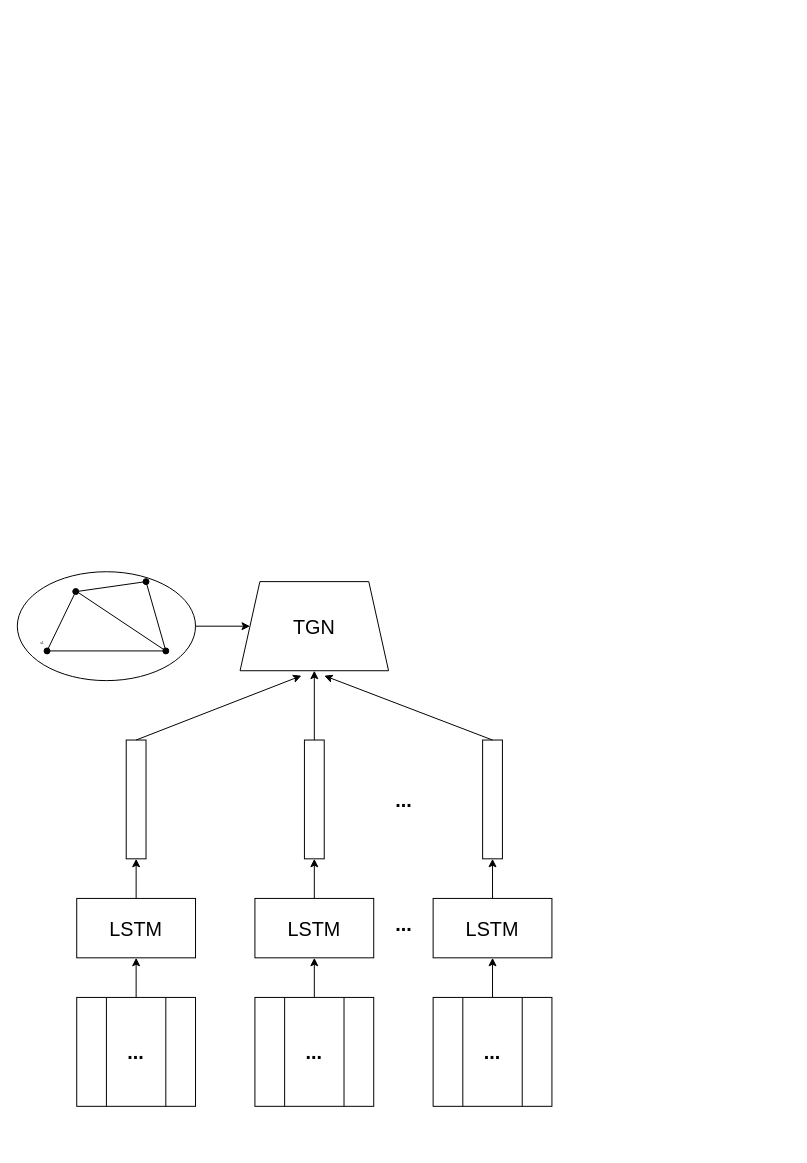
Above: Untitled Diagram.drawio in josephcui/josephcui (draw.io), before the change. Source tidied: cells renumbered, new cells numbered last; positions are measured from the earlier drawing's top-left corner, leaving out a move shared by most shapes. Both pictures are drawn from the tidied source at 99%, with x=0, y=0 at pixel (17, 571).
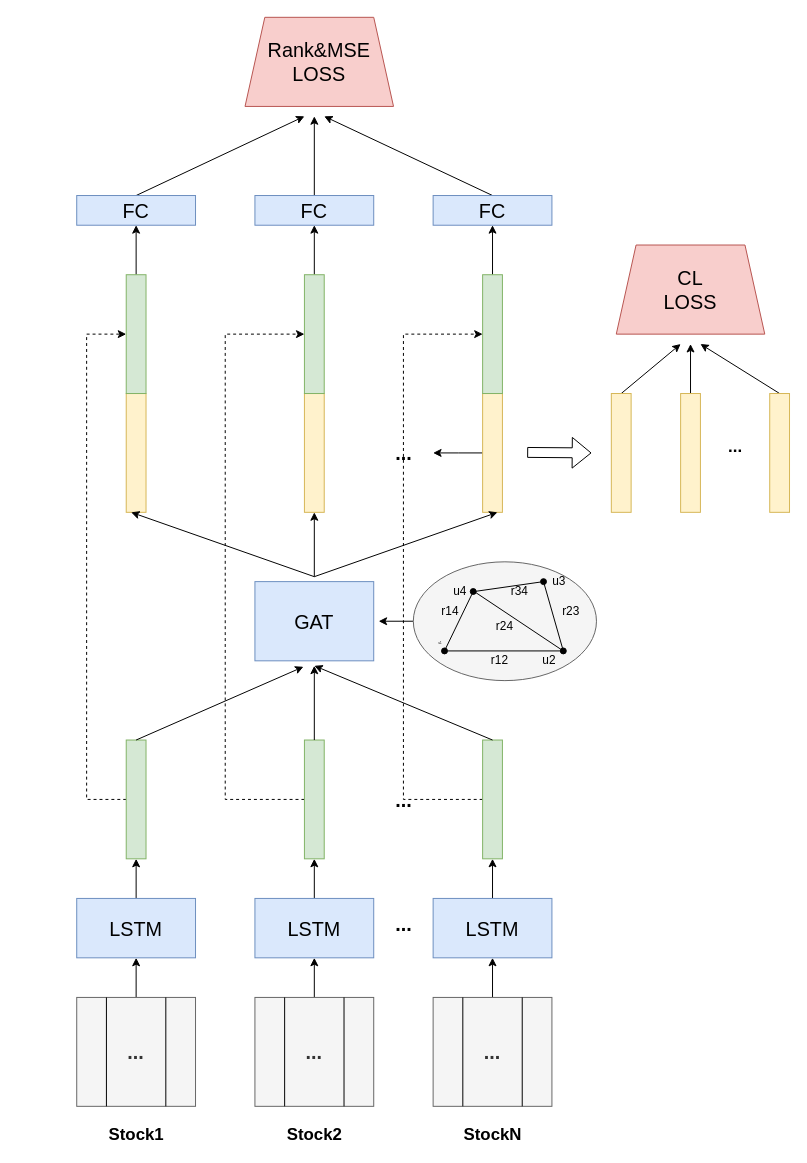
Above is the later version.

Change to the diagram source:
```diff
@@
-    <mxCell id="3" value="..." style="rounded=0;whiteSpace=wrap;html=1;fontSize=20;gradientColor=none;align=center;verticalAlign=middle;fontStyle=1;" parent="1" vertex="1">
+    <mxCell id="3" value="..." style="rounded=0;whiteSpace=wrap;html=1;fontSize=20;align=center;verticalAlign=middle;fontStyle=1;fillColor=#f5f5f5;fontColor=#333333;strokeColor=#666666;" parent="1" vertex="1">
       <mxGeometry x="60" y="430" width="120" height="110" as="geometry" />
     </mxCell>
@@
-    <mxCell id="5" value="LSTM" style="rounded=0;whiteSpace=wrap;html=1;fontSize=20;gradientColor=none;" parent="1" vertex="1">
+    <mxCell id="5" value="LSTM" style="rounded=0;whiteSpace=wrap;html=1;fontSize=20;fillColor=#dae8fc;strokeColor=#6c8ebf;" parent="1" vertex="1">
       <mxGeometry x="60" y="330" width="120" height="60" as="geometry" />
     </mxCell>
@@
+    <mxCell id="37" style="edgeStyle=orthogonalEdgeStyle;rounded=0;jettySize=auto;html=1;exitX=0.5;exitY=1;exitDx=0;exitDy=0;entryX=0.5;entryY=1;entryDx=0;entryDy=0;fontSize=17;dashed=1;" parent="1" edge="1" source="8" target="64">
+      <mxGeometry relative="1" as="geometry">
+        <Array as="points">
+          <mxPoint x="70" y="230" />
+          <mxPoint x="70" y="-240" />
+        </Array>
+      </mxGeometry>
+    </mxCell>
-    <mxCell id="8" style="whiteSpace=wrap;html=1;rounded=0;fontSize=20;direction=south;" parent="1" vertex="1">
+    <mxCell id="8" style="whiteSpace=wrap;html=1;rounded=0;fontSize=20;direction=south;fillColor=#d5e8d4;strokeColor=#82b366;" parent="1" vertex="1">
       <mxGeometry x="110" y="170" width="20" height="120" as="geometry" />
     </mxCell>
@@
-    <mxCell id="10" value="..." style="rounded=0;whiteSpace=wrap;html=1;fontSize=20;gradientColor=none;align=center;verticalAlign=middle;fontStyle=1;" parent="1" vertex="1">
+    <mxCell id="10" value="..." style="rounded=0;whiteSpace=wrap;html=1;fontSize=20;align=center;verticalAlign=middle;fontStyle=1;fillColor=#f5f5f5;fontColor=#333333;strokeColor=#666666;" parent="1" vertex="1">
       <mxGeometry x="240" y="430" width="120" height="110" as="geometry" />
     </mxCell>
@@
-    <mxCell id="12" value="LSTM" style="rounded=0;whiteSpace=wrap;html=1;fontSize=20;gradientColor=none;" parent="1" vertex="1">
+    <mxCell id="12" value="LSTM" style="rounded=0;whiteSpace=wrap;html=1;fontSize=20;fillColor=#dae8fc;strokeColor=#6c8ebf;" parent="1" vertex="1">
       <mxGeometry x="240" y="330" width="120" height="60" as="geometry" />
     </mxCell>
@@
+    <mxCell id="38" style="edgeStyle=orthogonalEdgeStyle;rounded=0;jettySize=auto;html=1;exitX=0.5;exitY=1;exitDx=0;exitDy=0;entryX=0.5;entryY=1;entryDx=0;entryDy=0;dashed=1;fontSize=17;" parent="1" edge="1" source="15" target="66">
+      <mxGeometry relative="1" as="geometry">
+        <Array as="points">
+          <mxPoint x="210" y="230" />
+          <mxPoint x="210" y="-240" />
+        </Array>
+      </mxGeometry>
+    </mxCell>
-    <mxCell id="15" style="whiteSpace=wrap;html=1;rounded=0;fontSize=20;direction=south;" parent="1" vertex="1">
+    <mxCell id="15" style="whiteSpace=wrap;html=1;rounded=0;fontSize=20;direction=south;fillColor=#d5e8d4;strokeColor=#82b366;" parent="1" vertex="1">
       <mxGeometry x="290" y="170" width="20" height="120" as="geometry" />
     </mxCell>
@@
-    <mxCell id="17" value="..." style="rounded=0;whiteSpace=wrap;html=1;fontSize=20;gradientColor=none;align=center;verticalAlign=middle;fontStyle=1;" parent="1" vertex="1">
+    <mxCell id="17" value="..." style="rounded=0;whiteSpace=wrap;html=1;fontSize=20;align=center;verticalAlign=middle;fontStyle=1;fillColor=#f5f5f5;fontColor=#333333;strokeColor=#666666;" parent="1" vertex="1">
       <mxGeometry x="420" y="430" width="120" height="110" as="geometry" />
     </mxCell>
@@
-    <mxCell id="19" value="LSTM" style="rounded=0;whiteSpace=wrap;html=1;fontSize=20;gradientColor=none;" parent="1" vertex="1">
+    <mxCell id="19" value="LSTM" style="rounded=0;whiteSpace=wrap;html=1;fontSize=20;fillColor=#dae8fc;strokeColor=#6c8ebf;" parent="1" vertex="1">
       <mxGeometry x="420" y="330" width="120" height="60" as="geometry" />
     </mxCell>
@@
+    <mxCell id="39" style="edgeStyle=orthogonalEdgeStyle;rounded=0;jettySize=auto;html=1;exitX=0.5;exitY=1;exitDx=0;exitDy=0;dashed=1;fontSize=17;entryX=0.5;entryY=1;entryDx=0;entryDy=0;" parent="1" edge="1" source="22" target="68">
+      <mxGeometry relative="1" as="geometry">
+        <Array as="points">
+          <mxPoint x="390" y="230" />
+          <mxPoint x="390" y="-240" />
+        </Array>
+      </mxGeometry>
+    </mxCell>
-    <mxCell id="22" style="whiteSpace=wrap;html=1;rounded=0;fontSize=20;direction=south;" parent="1" vertex="1">
+    <mxCell id="22" style="whiteSpace=wrap;html=1;rounded=0;fontSize=20;direction=south;fillColor=#d5e8d4;strokeColor=#82b366;" parent="1" vertex="1">
       <mxGeometry x="470" y="170" width="20" height="120" as="geometry" />
     </mxCell>
@@
-    <mxCell id="25" style="edgeStyle=none;rounded=0;jettySize=auto;html=1;fontSize=20;endArrow=classic;endFill=1;strokeColor=default;" parent="1" edge="1" source="30" target="26">
-      <mxGeometry relative="1" as="geometry" />
+    <mxCell id="25" style="edgeStyle=none;rounded=0;jettySize=auto;html=1;fontSize=20;endArrow=classic;endFill=1;strokeColor=default;" parent="1" edge="1" source="30">
+      <mxGeometry relative="1" as="geometry">
+        <mxPoint x="365" y="50" as="targetPoint" />
+      </mxGeometry>
     </mxCell>
-    <mxCell id="26" value="TGN" style="shape=trapezoid;perimeter=trapezoidPerimeter;whiteSpace=wrap;html=1;fixedSize=1;fontSize=20;gradientColor=none;" parent="1" vertex="1">
-      <mxGeometry x="225" y="10" width="150" height="90" as="geometry" />
-    </mxCell>
-    <mxCell id="27" style="endArrow=classic;html=1;rounded=0;fontSize=20;strokeColor=default;exitX=0;exitY=0.5;exitDx=0;exitDy=0;entryX=0.413;entryY=1.056;entryDx=0;entryDy=0;entryPerimeter=0;" parent="1" edge="1" source="8" target="26">
-      <mxGeometry relative="1" as="geometry" />
+    <mxCell id="27" style="endArrow=classic;html=1;rounded=0;fontSize=20;strokeColor=default;exitX=0;exitY=0.5;exitDx=0;exitDy=0;entryX=0.427;entryY=1.011;entryDx=0;entryDy=0;entryPerimeter=0;" parent="1" edge="1" source="8">
+      <mxGeometry relative="1" as="geometry">
+        <mxPoint x="289" y="96" as="targetPoint" />
+      </mxGeometry>
     </mxCell>
-    <mxCell id="28" style="endArrow=classic;html=1;rounded=0;fontSize=20;strokeColor=default;exitX=0;exitY=0.5;exitDx=0;exitDy=0;entryX=0.5;entryY=1;entryDx=0;entryDy=0;" parent="1" edge="1" source="15" target="26">
-      <mxGeometry relative="1" as="geometry" />
+    <mxCell id="28" style="endArrow=classic;html=1;rounded=0;fontSize=20;strokeColor=default;exitX=0;exitY=0.5;exitDx=0;exitDy=0;entryX=0.5;entryY=1;entryDx=0;entryDy=0;" parent="1" edge="1" source="15">
+      <mxGeometry relative="1" as="geometry">
+        <mxPoint x="300" y="95" as="targetPoint" />
+      </mxGeometry>
     </mxCell>
-    <mxCell id="29" style="endArrow=classic;html=1;rounded=0;fontSize=20;strokeColor=default;exitX=0;exitY=0.5;exitDx=0;exitDy=0;entryX=0.567;entryY=1.056;entryDx=0;entryDy=0;entryPerimeter=0;" parent="1" edge="1" source="22" target="26">
-      <mxGeometry relative="1" as="geometry" />
+    <mxCell id="29" style="endArrow=classic;html=1;rounded=0;fontSize=20;strokeColor=default;exitX=0;exitY=0.5;exitDx=0;exitDy=0;entryX=0.5;entryY=1;entryDx=0;entryDy=0;" parent="1" edge="1" source="22">
+      <mxGeometry relative="1" as="geometry">
+        <mxPoint x="300" y="95" as="targetPoint" />
+      </mxGeometry>
     </mxCell>
-    <mxCell id="30" style="ellipse;whiteSpace=wrap;html=1;fontSize=20;" parent="1" vertex="1">
-      <mxGeometry width="180" height="110" as="geometry" />
+    <mxCell id="30" style="ellipse;whiteSpace=wrap;html=1;fontSize=20;fillColor=#f5f5f5;fontColor=#333333;strokeColor=#666666;" parent="1" vertex="1">
+      <mxGeometry x="400" y="-10" width="185" height="120" as="geometry" />
     </mxCell>
     <mxCell id="31" style="endArrow=oval;html=1;rounded=0;fontSize=20;strokeColor=default;endFill=1;" parent="1" edge="1">
       <mxGeometry relative="1" as="geometry">
-        <mxPoint x="30" y="80" as="sourcePoint" />
-        <mxPoint x="59" y="20" as="targetPoint" />
+        <mxPoint x="431.5" y="80" as="sourcePoint" />
+        <mxPoint x="460.5" y="20" as="targetPoint" />
       </mxGeometry>
     </mxCell>
     <mxCell id="32" style="endArrow=oval;html=1;rounded=0;fontSize=20;strokeColor=default;endFill=1;" parent="1" edge="1">
       <mxGeometry relative="1" as="geometry">
-        <mxPoint x="60" y="20" as="sourcePoint" />
-        <mxPoint x="130" y="10" as="targetPoint" />
+        <mxPoint x="461.5" y="20" as="sourcePoint" />
+        <mxPoint x="531.5" y="10" as="targetPoint" />
       </mxGeometry>
     </mxCell>
     <mxCell id="33" style="endArrow=oval;html=1;rounded=0;fontSize=20;strokeColor=default;endFill=1;startArrow=oval;startFill=1;" parent="1" edge="1">
       <mxGeometry relative="1" as="geometry">
-        <mxPoint x="30" y="80" as="sourcePoint" />
-        <mxPoint x="150" y="80" as="targetPoint" />
+        <mxPoint x="431.5" y="80" as="sourcePoint" />
+        <mxPoint x="551.5" y="80" as="targetPoint" />
       </mxGeometry>
     </mxCell>
     <mxCell id="34" style="endArrow=none;html=1;rounded=0;fontSize=20;strokeColor=default;" parent="1" edge="1">
       <mxGeometry relative="1" as="geometry">
-        <mxPoint x="130" y="10" as="sourcePoint" />
-        <mxPoint x="150" y="80" as="targetPoint" />
+        <mxPoint x="531.5" y="10" as="sourcePoint" />
+        <mxPoint x="551.5" y="80" as="targetPoint" />
       </mxGeometry>
     </mxCell>
     <mxCell id="35" style="endArrow=none;html=1;rounded=0;fontSize=20;strokeColor=default;" parent="1" edge="1">
       <mxGeometry relative="1" as="geometry">
-        <mxPoint x="60" y="20" as="sourcePoint" />
-        <mxPoint x="150" y="80" as="targetPoint" />
+        <mxPoint x="461.5" y="20" as="sourcePoint" />
+        <mxPoint x="551.5" y="80" as="targetPoint" />
       </mxGeometry>
     </mxCell>
     <mxCell id="36" value="&lt;font style=&quot;font-size: 3px&quot;&gt;u1&lt;/font&gt;" style="text;html=1;align=center;verticalAlign=middle;strokeColor=none;fillColor=none;fontSize=20;" parent="1" vertex="1">
-      <mxGeometry x="10" y="50" width="30" height="30" as="geometry" />
+      <mxGeometry x="411.5" y="50" width="30" height="30" as="geometry" />
     </mxCell>
+    <mxCell id="40" value="u2" style="text;html=1;align=center;verticalAlign=middle;strokeColor=none;fillColor=none;" parent="1" vertex="1">
+      <mxGeometry x="521.5" y="80" width="30" height="20" as="geometry" />
+    </mxCell>
+    <mxCell id="41" value="u3" style="text;html=1;align=center;verticalAlign=middle;strokeColor=none;fillColor=none;" parent="1" vertex="1">
+      <mxGeometry x="531.5" width="30" height="20" as="geometry" />
+    </mxCell>
+    <mxCell id="42" value="u4" style="text;html=1;align=center;verticalAlign=middle;strokeColor=none;fillColor=none;" parent="1" vertex="1">
+      <mxGeometry x="431.5" y="10" width="30" height="20" as="geometry" />
+    </mxCell>
+    <mxCell id="43" value="r12" style="text;html=1;align=center;verticalAlign=middle;strokeColor=none;fillColor=none;" parent="1" vertex="1">
+      <mxGeometry x="471.5" y="80" width="30" height="20" as="geometry" />
+    </mxCell>
+    <mxCell id="44" value="r23" style="text;html=1;align=center;verticalAlign=middle;strokeColor=none;fillColor=none;" parent="1" vertex="1">
+      <mxGeometry x="543.5" y="30" width="30" height="20" as="geometry" />
+    </mxCell>
+    <mxCell id="45" value="r14" style="text;html=1;align=center;verticalAlign=middle;strokeColor=none;fillColor=none;" parent="1" vertex="1">
+      <mxGeometry x="421.5" y="30" width="30" height="20" as="geometry" />
+    </mxCell>
+    <mxCell id="46" value="r24" style="text;html=1;align=center;verticalAlign=middle;strokeColor=none;fillColor=none;" parent="1" vertex="1">
+      <mxGeometry x="476.5" y="45" width="30" height="20" as="geometry" />
+    </mxCell>
+    <mxCell id="47" value="r34" style="text;html=1;align=center;verticalAlign=middle;strokeColor=none;fillColor=none;" parent="1" vertex="1">
+      <mxGeometry x="491.5" y="10" width="30" height="20" as="geometry" />
+    </mxCell>
+    <mxCell id="48" style="edgeStyle=none;rounded=0;jettySize=auto;html=1;fontSize=17;" parent="1" edge="1" source="49" target="64">
+      <mxGeometry relative="1" as="geometry" />
+    </mxCell>
+    <mxCell id="49" style="whiteSpace=wrap;html=1;rounded=0;fontSize=20;direction=south;fillColor=#fff2cc;strokeColor=#d6b656;" parent="1" vertex="1">
+      <mxGeometry x="110" y="-180" width="20" height="120" as="geometry" />
+    </mxCell>
+    <mxCell id="50" style="edgeStyle=none;rounded=0;jettySize=auto;html=1;fontSize=17;exitX=0;exitY=0.5;exitDx=0;exitDy=0;entryX=1;entryY=0.5;entryDx=0;entryDy=0;" parent="1" edge="1" source="51" target="66">
+      <mxGeometry relative="1" as="geometry" />
+    </mxCell>
+    <mxCell id="51" style="whiteSpace=wrap;html=1;rounded=0;fontSize=20;direction=south;fillColor=#fff2cc;strokeColor=#d6b656;" parent="1" vertex="1">
+      <mxGeometry x="290" y="-180" width="20" height="120" as="geometry" />
+    </mxCell>
+    <mxCell id="52" style="edgeStyle=none;rounded=0;jettySize=auto;html=1;fontSize=17;exitX=0;exitY=0.5;exitDx=0;exitDy=0;entryX=1;entryY=0.5;entryDx=0;entryDy=0;" parent="1" edge="1" source="54" target="68">
+      <mxGeometry relative="1" as="geometry" />
+    </mxCell>
+    <mxCell id="53" style="edgeStyle=orthogonalEdgeStyle;rounded=0;jettySize=auto;html=1;fontSize=17;" parent="1" edge="1" source="54">
+      <mxGeometry relative="1" as="geometry">
+        <mxPoint x="420" y="-120" as="targetPoint" />
+      </mxGeometry>
+    </mxCell>
+    <mxCell id="54" style="whiteSpace=wrap;html=1;rounded=0;fontSize=20;direction=south;fillColor=#fff2cc;strokeColor=#d6b656;" parent="1" vertex="1">
+      <mxGeometry x="470" y="-180" width="20" height="120" as="geometry" />
+    </mxCell>
+    <mxCell id="55" value="&lt;b&gt;...&lt;/b&gt;" style="text;html=1;align=center;verticalAlign=middle;strokeColor=none;fillColor=none;fontSize=20;" parent="1" vertex="1">
+      <mxGeometry x="375" y="-135" width="30" height="30" as="geometry" />
+    </mxCell>
+    <mxCell id="56" style="endArrow=classic;html=1;rounded=0;entryX=1;entryY=0.75;entryDx=0;entryDy=0;exitX=0.5;exitY=0;exitDx=0;exitDy=0;" parent="1" edge="1" target="49">
+      <mxGeometry relative="1" as="geometry">
+        <mxPoint x="300" y="5" as="sourcePoint" />
+      </mxGeometry>
+    </mxCell>
+    <mxCell id="57" style="endArrow=classic;html=1;rounded=0;entryX=1;entryY=0.5;entryDx=0;entryDy=0;exitX=0.5;exitY=0;exitDx=0;exitDy=0;" parent="1" edge="1" target="51">
+      <mxGeometry relative="1" as="geometry">
+        <mxPoint x="300" y="5" as="sourcePoint" />
+      </mxGeometry>
+    </mxCell>
+    <mxCell id="58" style="endArrow=classic;html=1;rounded=0;entryX=1;entryY=0.25;entryDx=0;entryDy=0;exitX=0.5;exitY=0;exitDx=0;exitDy=0;" parent="1" edge="1" target="54">
+      <mxGeometry relative="1" as="geometry">
+        <mxPoint x="300" y="5" as="sourcePoint" />
+      </mxGeometry>
+    </mxCell>
+    <mxCell id="59" value="&lt;b&gt;&lt;font style=&quot;font-size: 17px&quot;&gt;Stock1&lt;/font&gt;&lt;/b&gt;" style="text;html=1;align=center;verticalAlign=middle;strokeColor=none;fillColor=none;" parent="1" vertex="1">
+      <mxGeometry x="85" y="560" width="70" height="20" as="geometry" />
+    </mxCell>
+    <mxCell id="60" value="&lt;b&gt;&lt;font style=&quot;font-size: 17px&quot;&gt;Stock2&lt;/font&gt;&lt;/b&gt;" style="text;html=1;align=center;verticalAlign=middle;strokeColor=none;fillColor=none;" parent="1" vertex="1">
+      <mxGeometry x="265" y="560" width="70" height="20" as="geometry" />
+    </mxCell>
+    <mxCell id="61" value="&lt;b&gt;&lt;font style=&quot;font-size: 17px&quot;&gt;StockN&lt;/font&gt;&lt;/b&gt;" style="text;html=1;align=center;verticalAlign=middle;strokeColor=none;fillColor=none;" parent="1" vertex="1">
+      <mxGeometry x="445" y="560" width="70" height="20" as="geometry" />
+    </mxCell>
+    <mxCell id="62" value="CL&lt;br&gt;LOSS" style="shape=trapezoid;perimeter=trapezoidPerimeter;whiteSpace=wrap;html=1;fixedSize=1;fontSize=20;fillColor=#f8cecc;strokeColor=#b85450;" parent="1" vertex="1">
+      <mxGeometry x="605" y="-330" width="150" height="90" as="geometry" />
+    </mxCell>
+    <mxCell id="63" style="edgeStyle=orthogonalEdgeStyle;rounded=0;jettySize=auto;html=1;fontSize=17;" parent="1" edge="1" source="64" target="70">
+      <mxGeometry relative="1" as="geometry" />
+    </mxCell>
+    <mxCell id="64" style="whiteSpace=wrap;html=1;rounded=0;fontSize=20;direction=south;fillColor=#d5e8d4;strokeColor=#82b366;" parent="1" vertex="1">
+      <mxGeometry x="110" y="-300" width="20" height="120" as="geometry" />
+    </mxCell>
+    <mxCell id="65" style="edgeStyle=orthogonalEdgeStyle;rounded=0;jettySize=auto;html=1;fontSize=17;" parent="1" edge="1" source="66" target="72">
+      <mxGeometry relative="1" as="geometry" />
+    </mxCell>
+    <mxCell id="66" style="whiteSpace=wrap;html=1;rounded=0;fontSize=20;direction=south;fillColor=#d5e8d4;strokeColor=#82b366;" parent="1" vertex="1">
+      <mxGeometry x="290" y="-300" width="20" height="120" as="geometry" />
+    </mxCell>
+    <mxCell id="67" style="edgeStyle=orthogonalEdgeStyle;rounded=0;jettySize=auto;html=1;fontSize=17;" parent="1" edge="1" source="68" target="74">
+      <mxGeometry relative="1" as="geometry" />
+    </mxCell>
+    <mxCell id="68" style="whiteSpace=wrap;html=1;rounded=0;fontSize=20;direction=south;fillColor=#d5e8d4;strokeColor=#82b366;" parent="1" vertex="1">
+      <mxGeometry x="470" y="-300" width="20" height="120" as="geometry" />
+    </mxCell>
+    <mxCell id="69" style="edgeStyle=none;rounded=0;jettySize=auto;html=1;exitX=0.5;exitY=0;exitDx=0;exitDy=0;fontSize=17;" parent="1" edge="1" source="70">
+      <mxGeometry relative="1" as="geometry">
+        <mxPoint x="290" y="-460" as="targetPoint" />
+      </mxGeometry>
+    </mxCell>
+    <mxCell id="70" value="FC" style="whiteSpace=wrap;html=1;rounded=0;fontSize=20;strokeColor=#6c8ebf;fillColor=#dae8fc;" parent="1" vertex="1">
+      <mxGeometry x="60" y="-380" width="120" height="30" as="geometry" />
+    </mxCell>
+    <mxCell id="71" style="edgeStyle=none;rounded=0;jettySize=auto;html=1;exitX=0.5;exitY=0;exitDx=0;exitDy=0;fontSize=17;" parent="1" edge="1" source="72">
+      <mxGeometry relative="1" as="geometry">
+        <mxPoint x="300" y="-460" as="targetPoint" />
+      </mxGeometry>
+    </mxCell>
+    <mxCell id="72" value="FC" style="whiteSpace=wrap;html=1;rounded=0;fontSize=20;strokeColor=#6c8ebf;fillColor=#dae8fc;" parent="1" vertex="1">
+      <mxGeometry x="240" y="-380" width="120" height="30" as="geometry" />
+    </mxCell>
+    <mxCell id="73" style="edgeStyle=none;rounded=0;jettySize=auto;html=1;exitX=0.5;exitY=0;exitDx=0;exitDy=0;fontSize=17;" parent="1" edge="1" source="74">
+      <mxGeometry relative="1" as="geometry">
+        <mxPoint x="310" y="-460" as="targetPoint" />
+      </mxGeometry>
+    </mxCell>
+    <mxCell id="74" value="FC" style="whiteSpace=wrap;html=1;rounded=0;fontSize=20;strokeColor=#6c8ebf;fillColor=#dae8fc;" parent="1" vertex="1">
+      <mxGeometry x="420" y="-380" width="120" height="30" as="geometry" />
+    </mxCell>
+    <mxCell id="75" style="shape=flexArrow;endArrow=classic;html=1;rounded=0;fontSize=17;" parent="1" edge="1">
+      <mxGeometry relative="1" as="geometry">
+        <mxPoint x="515" y="-120.5" as="sourcePoint" />
+        <mxPoint x="580" y="-120" as="targetPoint" />
+      </mxGeometry>
+    </mxCell>
+    <mxCell id="76" style="rounded=0;jettySize=auto;html=1;exitX=0;exitY=0.5;exitDx=0;exitDy=0;fontSize=17;" parent="1" edge="1" source="77">
+      <mxGeometry relative="1" as="geometry">
+        <mxPoint x="670" y="-230" as="targetPoint" />
+      </mxGeometry>
+    </mxCell>
+    <mxCell id="77" style="whiteSpace=wrap;html=1;rounded=0;fontSize=20;direction=south;fillColor=#fff2cc;strokeColor=#d6b656;" parent="1" vertex="1">
+      <mxGeometry x="600" y="-180" width="20" height="120" as="geometry" />
+    </mxCell>
+    <mxCell id="78" style="edgeStyle=none;rounded=0;jettySize=auto;html=1;exitX=0;exitY=0.5;exitDx=0;exitDy=0;fontSize=17;" parent="1" edge="1" source="79">
+      <mxGeometry relative="1" as="geometry">
+        <mxPoint x="680" y="-230" as="targetPoint" />
+      </mxGeometry>
+    </mxCell>
+    <mxCell id="79" style="whiteSpace=wrap;html=1;rounded=0;fontSize=20;direction=south;fillColor=#fff2cc;strokeColor=#d6b656;" parent="1" vertex="1">
+      <mxGeometry x="670" y="-180" width="20" height="120" as="geometry" />
+    </mxCell>
+    <mxCell id="80" style="edgeStyle=none;rounded=0;jettySize=auto;html=1;exitX=0;exitY=0.5;exitDx=0;exitDy=0;fontSize=17;" parent="1" edge="1" source="81">
+      <mxGeometry relative="1" as="geometry">
+        <mxPoint x="690" y="-230" as="targetPoint" />
+      </mxGeometry>
+    </mxCell>
+    <mxCell id="81" style="whiteSpace=wrap;html=1;rounded=0;fontSize=20;direction=south;fillColor=#fff2cc;strokeColor=#d6b656;" parent="1" vertex="1">
+      <mxGeometry x="760" y="-180" width="20" height="120" as="geometry" />
+    </mxCell>
+    <mxCell id="82" value="&lt;b&gt;...&lt;/b&gt;" style="text;html=1;align=center;verticalAlign=middle;strokeColor=none;fillColor=none;fontSize=17;" parent="1" vertex="1">
+      <mxGeometry x="710" y="-140" width="30" height="30" as="geometry" />
+    </mxCell>
+    <mxCell id="83" value="GAT" style="rounded=0;whiteSpace=wrap;html=1;fontSize=20;fillColor=#dae8fc;strokeColor=#6c8ebf;" parent="1" vertex="1">
+      <mxGeometry x="240" y="10" width="120" height="80" as="geometry" />
+    </mxCell>
+    <mxCell id="84" value="Rank&amp;amp;MSE&lt;br&gt;LOSS" style="shape=trapezoid;perimeter=trapezoidPerimeter;whiteSpace=wrap;html=1;fixedSize=1;fontSize=20;fillColor=#f8cecc;strokeColor=#b85450;" parent="1" vertex="1">
+      <mxGeometry x="230" y="-560" width="150" height="90" as="geometry" />
+    </mxCell>
```
